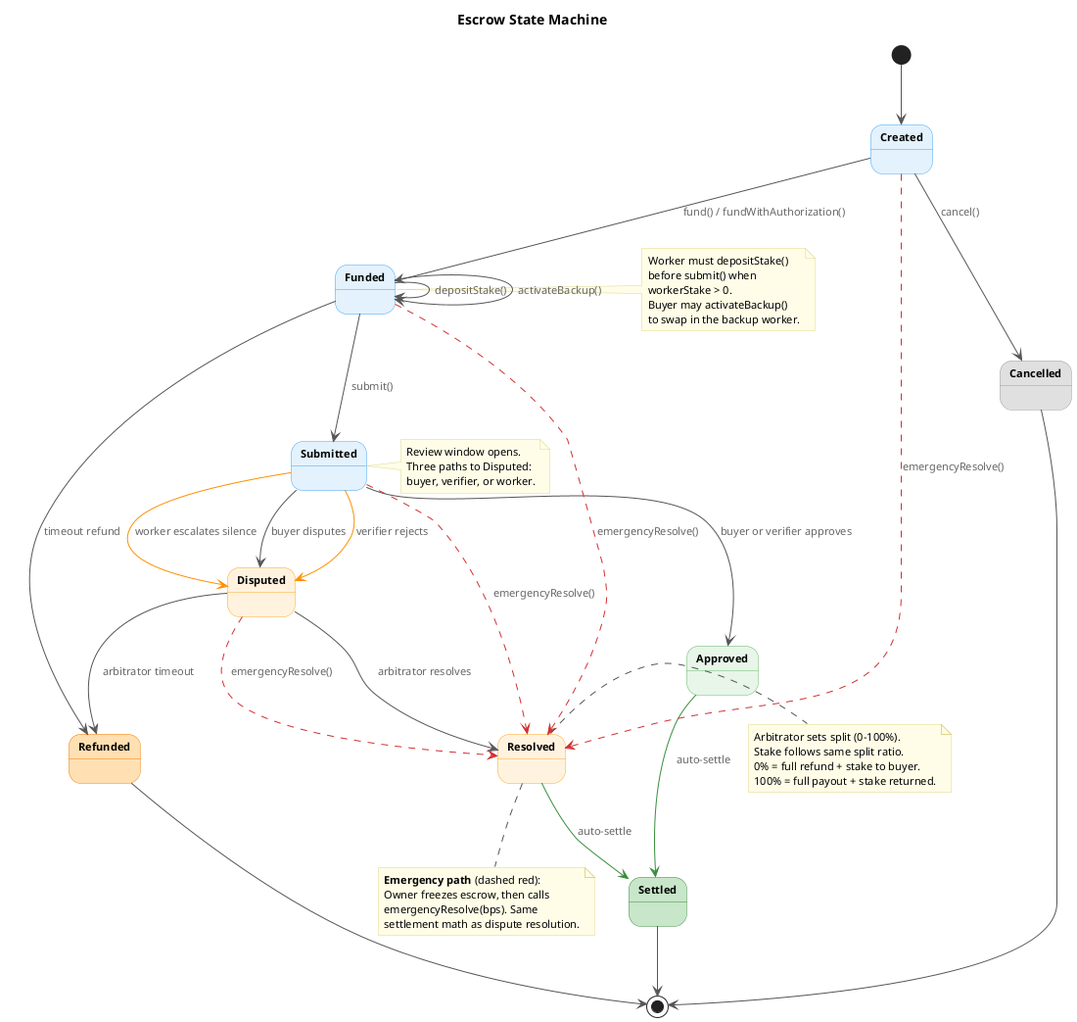
Earlier version of the PlantUML export docs/diagrams/state-machine.png (eddiefleurent/agent-escrow).
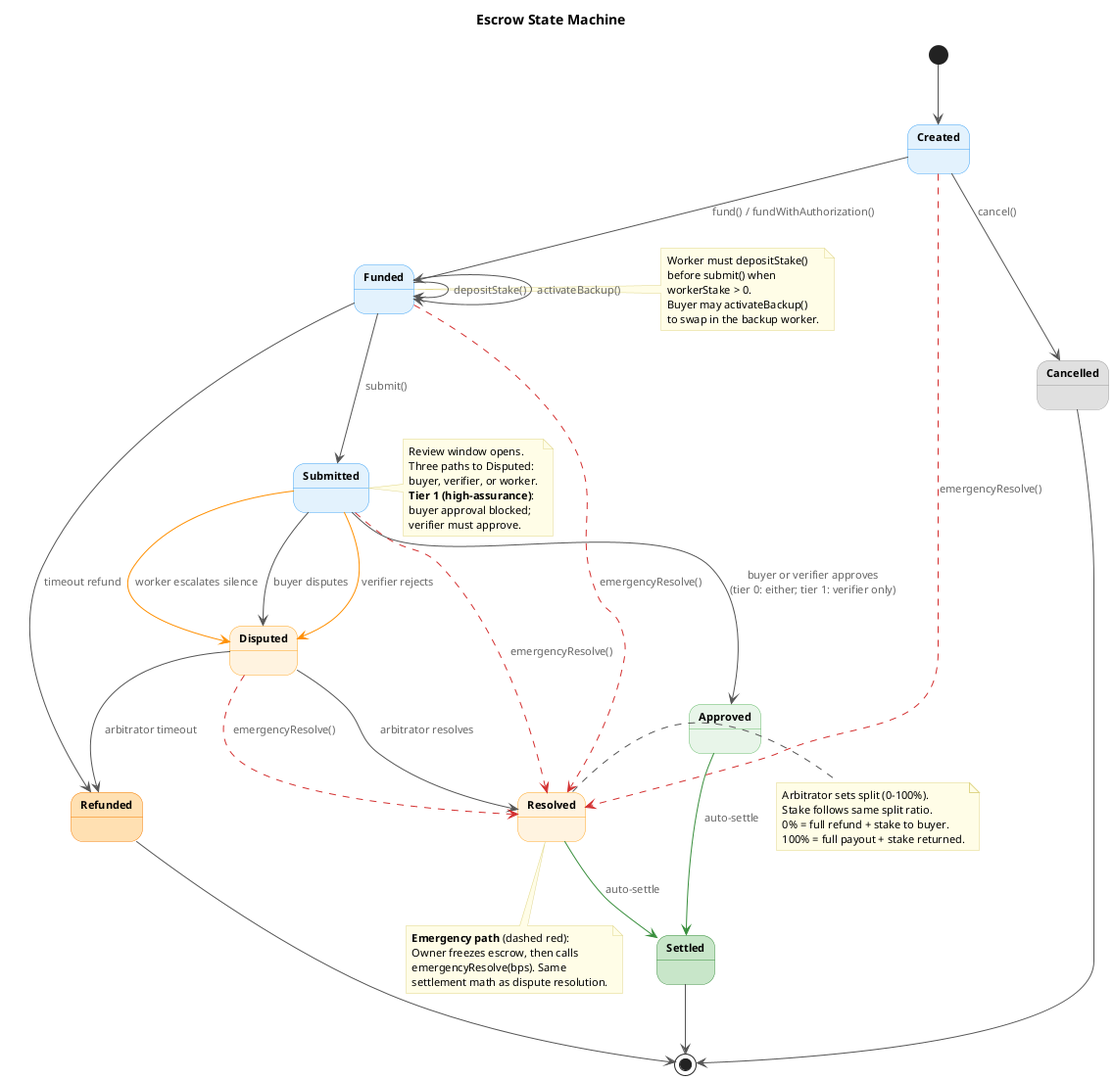
Later version of the same file.

Change to the diagram source:
```diff
@@ -42,7 +42,7 @@
 Funded --> Submitted : submit()
 Funded --> Refunded : timeout refund
 
-Submitted --> Approved : buyer or verifier approves
+Submitted --> Approved : buyer or verifier approves\n(tier 0: either; tier 1: verifier only)
 Submitted --> Disputed : buyer disputes
 Submitted -[#FF8F00]-> Disputed : verifier rejects
 Submitted -[#FF8F00]-> Disputed : worker escalates silence
@@ -74,6 +74,9 @@
   Review window opens.
   Three paths to Disputed:
   buyer, verifier, or worker.
+  **Tier 1 (high-assurance)**:
+  buyer approval blocked;
+  verifier must approve.
 end note
 
 note right of Resolved
```
